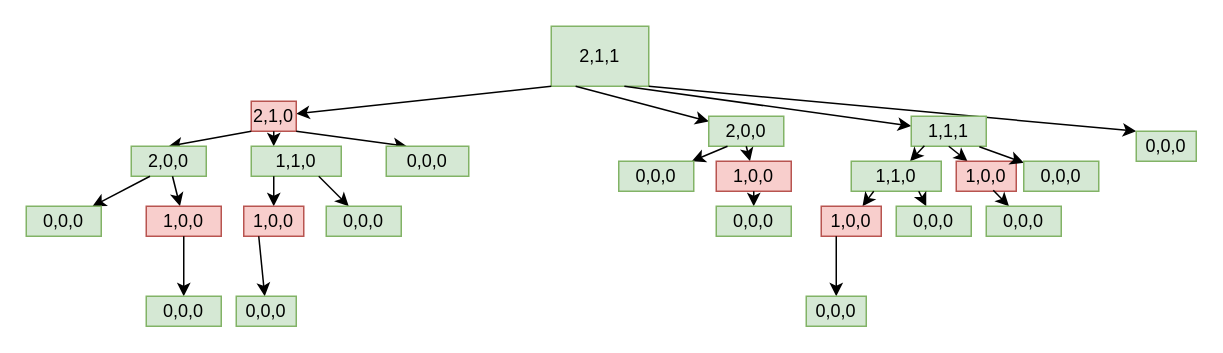
The draw.io diagram Untitled Diagram.drawio in regentCracker/Spoon-Knife, before the edit. Source tidied: cells renumbered, new cells numbered last; positions are measured from the earlier drawing's top-left corner, leaving out a move shared by most shapes. Both pictures are drawn from the tidied source at 150%, with x=0, y=0 at pixel (26, 26).
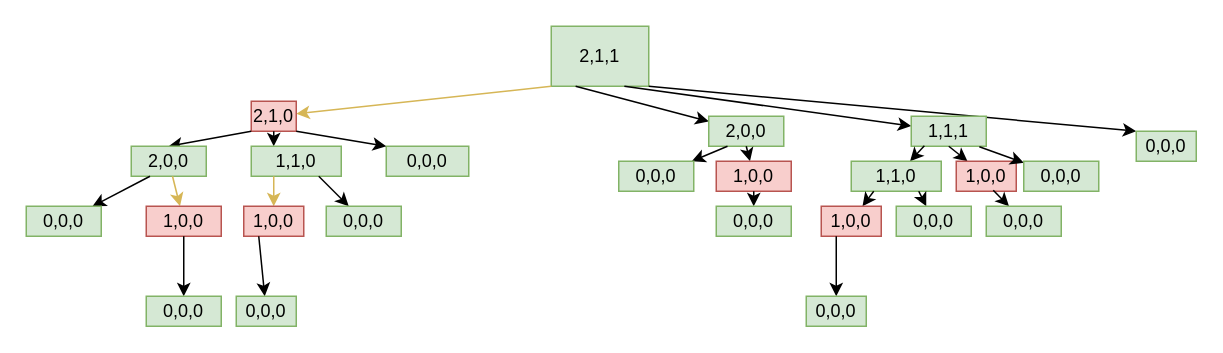
The same diagram, later.

Unchanged cells that the change refers to:
```xml
<mxCell id="2" value="2,1,1" style="rounded=0;whiteSpace=wrap;html=1;fillColor=#d5e8d4;strokeColor=#82b366;" parent="1" vertex="1">
  <mxGeometry x="350" width="65" height="40" as="geometry" />
</mxCell>
<mxCell id="4" value="2,1,0" style="rounded=0;whiteSpace=wrap;html=1;fillColor=#f8cecc;strokeColor=#b85450;" parent="1" vertex="1">
  <mxGeometry x="150" y="50" width="30" height="20" as="geometry" />
</mxCell>
<mxCell id="34" value="0,0,0" style="rounded=0;whiteSpace=wrap;html=1;fillColor=#d5e8d4;strokeColor=#82b366;" parent="1" vertex="1">
  <mxGeometry x="240" y="80" width="55" height="20" as="geometry" />
</mxCell>
<mxCell id="35" value="1,1,0" style="rounded=0;whiteSpace=wrap;html=1;fillColor=#d5e8d4;strokeColor=#82b366;" parent="1" vertex="1">
  <mxGeometry x="150" y="80" width="60" height="20" as="geometry" />
</mxCell>
<mxCell id="37" value="1,0,0" style="rounded=0;whiteSpace=wrap;html=1;fillColor=#f8cecc;strokeColor=#b85450;" parent="1" vertex="1">
  <mxGeometry x="145" y="120" width="40" height="20" as="geometry" />
</mxCell>
<mxCell id="42" value="2,0,0" style="rounded=0;whiteSpace=wrap;html=1;fillColor=#d5e8d4;strokeColor=#82b366;" parent="1" vertex="1">
  <mxGeometry x="70" y="80" width="50" height="20" as="geometry" />
</mxCell>
<mxCell id="46" value="1,0,0" style="rounded=0;whiteSpace=wrap;html=1;fillColor=#f8cecc;strokeColor=#b85450;" parent="1" vertex="1">
  <mxGeometry x="80" y="120" width="50" height="20" as="geometry" />
</mxCell>
```

The edit, as a diff of the source:
```diff
@@
-    <mxCell id="3" style="endArrow=classic;html=1;rounded=0;exitX=0;exitY=1;exitDx=0;exitDy=0;" parent="1" edge="1" source="2" target="4">
+    <mxCell id="3" style="endArrow=classic;html=1;rounded=0;exitX=0;exitY=1;exitDx=0;exitDy=0;fillColor=#fff2cc;strokeColor=#d6b656;" parent="1" edge="1" source="2" target="4">
       <mxGeometry relative="1" as="geometry" />
     </mxCell>
@@
-    <mxCell id="31" style="endArrow=classic;html=1;rounded=0;exitX=1;exitY=1;exitDx=0;exitDy=0;entryX=0.25;entryY=0;entryDx=0;entryDy=0;" parent="1" edge="1" source="4" target="34">
-      <mxGeometry relative="1" as="geometry" />
-    </mxCell>
@@
-    <mxCell id="36" style="endArrow=classic;html=1;rounded=0;exitX=0.25;exitY=1;exitDx=0;exitDy=0;" parent="1" edge="1" source="35" target="37">
+    <mxCell id="36" style="endArrow=classic;html=1;rounded=0;exitX=0.25;exitY=1;exitDx=0;exitDy=0;fillColor=#fff2cc;strokeColor=#d6b656;" parent="1" edge="1" source="35" target="37">
       <mxGeometry relative="1" as="geometry" />
     </mxCell>
@@
-    <mxCell id="45" style="endArrow=classic;html=1;rounded=0;" parent="1" edge="1" source="42" target="46">
+    <mxCell id="45" style="endArrow=classic;html=1;rounded=0;fillColor=#fff2cc;strokeColor=#d6b656;" parent="1" edge="1" source="42" target="46">
       <mxGeometry relative="1" as="geometry" />
     </mxCell>
@@
+    <mxCell id="31" style="endArrow=classic;html=1;rounded=0;exitX=1;exitY=1;exitDx=0;exitDy=0;entryX=0;entryY=0;entryDx=0;entryDy=0;" parent="1" edge="1" source="4" target="34">
+      <mxGeometry relative="1" as="geometry" />
+    </mxCell>
```
